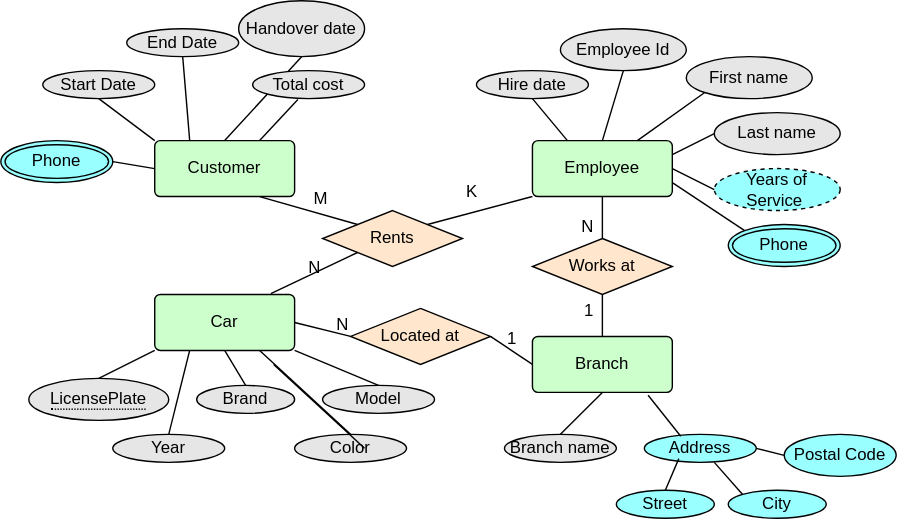
Above: Lessons/Database design(Lection 1.4)/images/CarRentalConceptual.svg in atemchenko/DatabaseDescipline (draw.io), before the change. Source tidied: cells renumbered, new cells last; positions are measured from the earlier drawing's top-left corner, leaving out a move shared by most shapes.
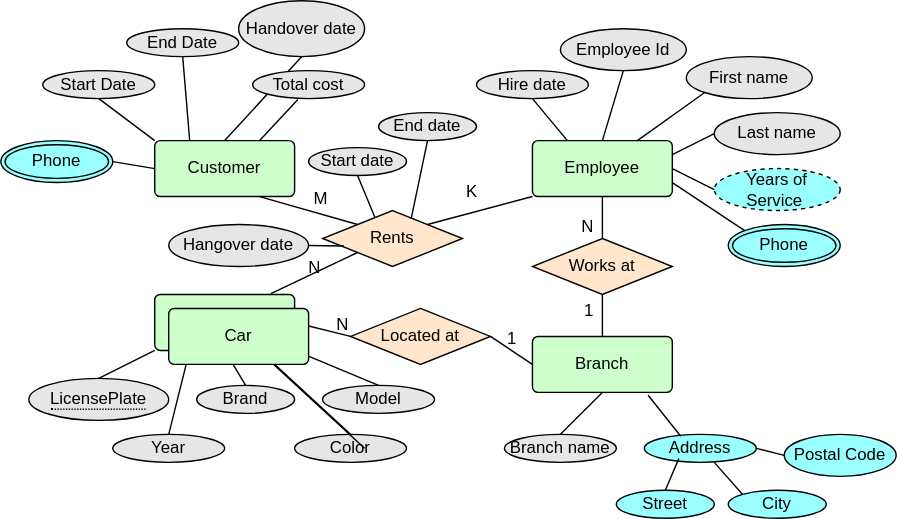
The same file after the commit.

Commit message:
DDL grout lesson md is added. Fixed conceptual model in DB design md

The edit, as a diff of the source:
```diff
@@ -215,5 +215,26 @@
     <mxCell id="65" style="endArrow=none;html=1;rounded=0;exitX=0.325;exitY=0.067;exitDx=0;exitDy=0;entryX=0.827;entryY=1.05;entryDx=0;entryDy=0;entryPerimeter=0;exitPerimeter=0;" parent="1" edge="1" source="52" target="45">
       <mxGeometry relative="1" as="geometry" />
     </mxCell>
+    <mxCell id="66" value="&lt;div style=&quot;text-align: center;&quot;&gt;&lt;span style=&quot;text-align: start; white-space-collapse: collapse; background-color: transparent;&quot;&gt;&lt;font color=&quot;#000000&quot;&gt;Start date&lt;/font&gt;&lt;/span&gt;&lt;span style=&quot;color: rgb(63, 63, 63); font-family: monospace; font-size: 0px; text-align: start; white-space: nowrap; background-color: transparent;&quot;&gt;%3CmxGraphModel%3E%3Croot%3E%3CmxCell%20id%3D%220%22%2F%3E%3CmxCell%20id%3D%221%22%20parent%3D%220%22%2F%3E%3CmxCell%20id%3D%222%22%20value%3D%22Brand%22%20style%3D%22ellipse%3BwhiteSpace%3Dwrap%3Bhtml%3D1%3Balign%3Dcenter%3BfillColor%3D%23E6E6E6%3B%22%20vertex%3D%221%22%20parent%3D%221%22%3E%3CmxGeometry%20x%3D%22140%22%20y%3D%22635%22%20width%3D%2270%22%20height%3D%2220%22%20as%3D%22geometry%22%2F%3E%3C%2FmxCell%3E%3C%2Froot%3E%3C%2FmxGraphModel%3E&lt;/span&gt;&lt;/div&gt;" style="ellipse;whiteSpace=wrap;html=1;align=center;fillColor=#E6E6E6;" parent="1" vertex="1">
+      <mxGeometry x="220" y="105" width="70" height="20" as="geometry" />
+    </mxCell>
+    <mxCell id="67" value="End date" style="ellipse;whiteSpace=wrap;html=1;align=center;fillColor=#E6E6E6;" parent="1" vertex="1">
+      <mxGeometry x="270" y="80" width="70" height="20" as="geometry" />
+    </mxCell>
+    <mxCell id="68" value="Hangover date" style="ellipse;whiteSpace=wrap;html=1;align=center;fillColor=#E6E6E6;" parent="1" vertex="1">
+      <mxGeometry x="120" y="160" width="100" height="30" as="geometry" />
+    </mxCell>
+    <mxCell id="69" style="endArrow=none;html=1;rounded=0;exitX=0.5;exitY=1;exitDx=0;exitDy=0;entryX=0.373;entryY=0.117;entryDx=0;entryDy=0;entryPerimeter=0;" parent="1" edge="1" source="66" target="22">
+      <mxGeometry relative="1" as="geometry" />
+    </mxCell>
+    <mxCell id="70" value="Car" style="rounded=1;arcSize=10;whiteSpace=wrap;html=1;align=center;fillColor=#CCFFCC;" parent="1" vertex="1">
+      <mxGeometry x="120" y="220" width="100" height="40" as="geometry" />
+    </mxCell>
+    <mxCell id="71" style="endArrow=none;html=1;rounded=0;exitX=0.5;exitY=1;exitDx=0;exitDy=0;entryX=0.633;entryY=0.15;entryDx=0;entryDy=0;entryPerimeter=0;" parent="1" edge="1" source="67" target="22">
+      <mxGeometry relative="1" as="geometry" />
+    </mxCell>
+    <mxCell id="72" style="endArrow=none;html=1;rounded=0;exitX=1;exitY=0.5;exitDx=0;exitDy=0;entryX=0.153;entryY=0.633;entryDx=0;entryDy=0;entryPerimeter=0;" parent="1" edge="1" source="68" target="22">
+      <mxGeometry relative="1" as="geometry" />
+    </mxCell>
   </root>
 </mxGraphModel>
```
